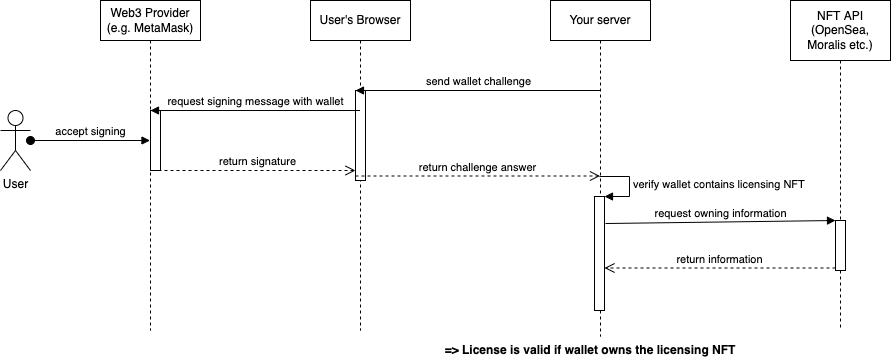
Earlier version of the draw.io export docs/flowchart.png (vantezzen/nftlicense). Source tidied: cells renumbered, new cells last; positions are measured from the earlier drawing's top-left corner, leaving out a move shared by most shapes.
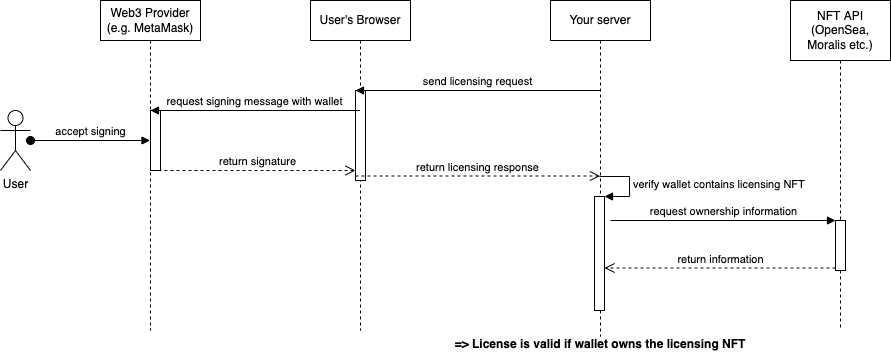
After the change.

Commit message:
Change challenge to licensing request for clearer definition

Diff of the diagram source:
```diff
@@ -28,10 +28,10 @@
     <mxCell id="8" style="html=1;points=[];perimeter=orthogonalPerimeter;" parent="7" vertex="1">
       <mxGeometry x="45" y="90" width="10" height="90" as="geometry" />
     </mxCell>
-    <mxCell id="9" value="send wallet challenge" style="html=1;verticalAlign=bottom;endArrow=block;entryX=0;entryY=0;rounded=0;" parent="1" edge="1" source="4" target="8">
+    <mxCell id="9" value="send licensing request" style="html=1;verticalAlign=bottom;endArrow=block;entryX=0;entryY=0;rounded=0;" parent="1" edge="1" source="4" target="8">
       <mxGeometry relative="1" as="geometry" />
     </mxCell>
-    <mxCell id="10" value="return challenge answer" style="html=1;verticalAlign=bottom;endArrow=open;dashed=1;endSize=8;exitX=0;exitY=0.95;rounded=0;" parent="1" edge="1" source="8" target="4">
+    <mxCell id="10" value="return licensing response" style="html=1;verticalAlign=bottom;endArrow=open;dashed=1;endSize=8;exitX=0;exitY=0.95;rounded=0;" parent="1" edge="1" source="8" target="4">
       <mxGeometry relative="1" as="geometry" />
     </mxCell>
     <mxCell id="11" value="Web3 Provider (e.g. MetaMask)" style="shape=umlLifeline;perimeter=lifelinePerimeter;whiteSpace=wrap;html=1;outlineConnect=0;" parent="1" vertex="1">
@@ -54,14 +54,16 @@
         <mxPoint x="30" y="140" as="sourcePoint" />
       </mxGeometry>
     </mxCell>
-    <mxCell id="17" value="request owning information" style="html=1;verticalAlign=bottom;endArrow=block;entryX=0;entryY=0;rounded=0;exitX=1.1;exitY=0.237;exitDx=0;exitDy=0;exitPerimeter=0;" parent="1" edge="1" source="5" target="3">
-      <mxGeometry relative="1" as="geometry" />
+    <mxCell id="17" value="request ownership information" style="html=1;verticalAlign=bottom;endArrow=block;entryX=0;entryY=0;rounded=0;" parent="1" edge="1" target="3">
+      <mxGeometry relative="1" as="geometry">
+        <mxPoint x="610" y="220" as="sourcePoint" />
+      </mxGeometry>
     </mxCell>
     <mxCell id="18" value="return information" style="html=1;verticalAlign=bottom;endArrow=open;dashed=1;endSize=8;exitX=0;exitY=0.95;rounded=0;" parent="1" edge="1" source="3" target="5">
       <mxGeometry relative="1" as="geometry" />
     </mxCell>
     <mxCell id="19" value="=&gt; License is valid if wallet owns the licensing NFT" style="text;align=center;fontStyle=1;verticalAlign=middle;spacingLeft=3;spacingRight=3;strokeColor=none;" parent="1" vertex="1">
-      <mxGeometry x="550" y="336" width="80" height="26" as="geometry" />
+      <mxGeometry x="560" y="330" width="80" height="26" as="geometry" />
     </mxCell>
   </root>
 </mxGraphModel>
```
